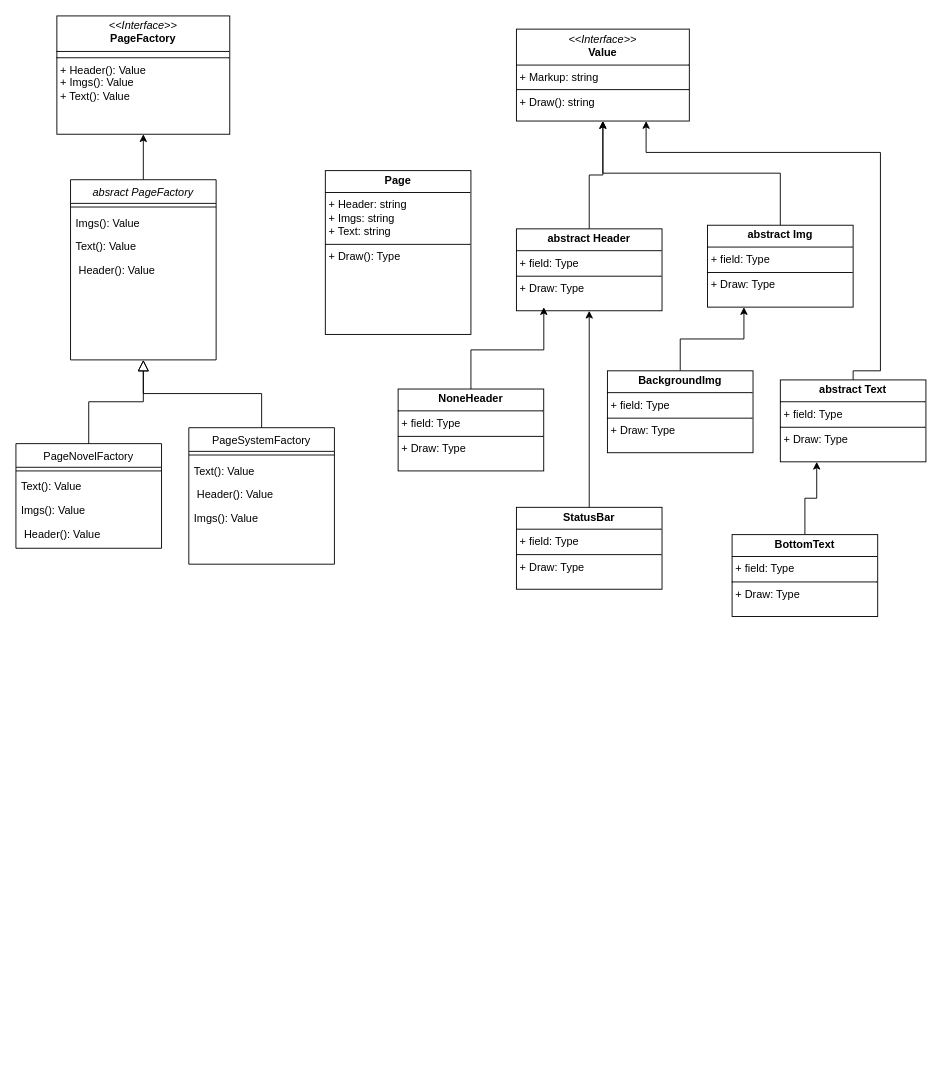
The draw.io diagram Диаграмма без названия.drawio in Poostoi/VNPattern, before the edit. Source tidied: cells renumbered, new cells numbered last; positions are measured from the earlier drawing's top-left corner, leaving out a move shared by most shapes. Both pictures are drawn from the tidied source at 91%, with x=0, y=0 at pixel (15, 15).
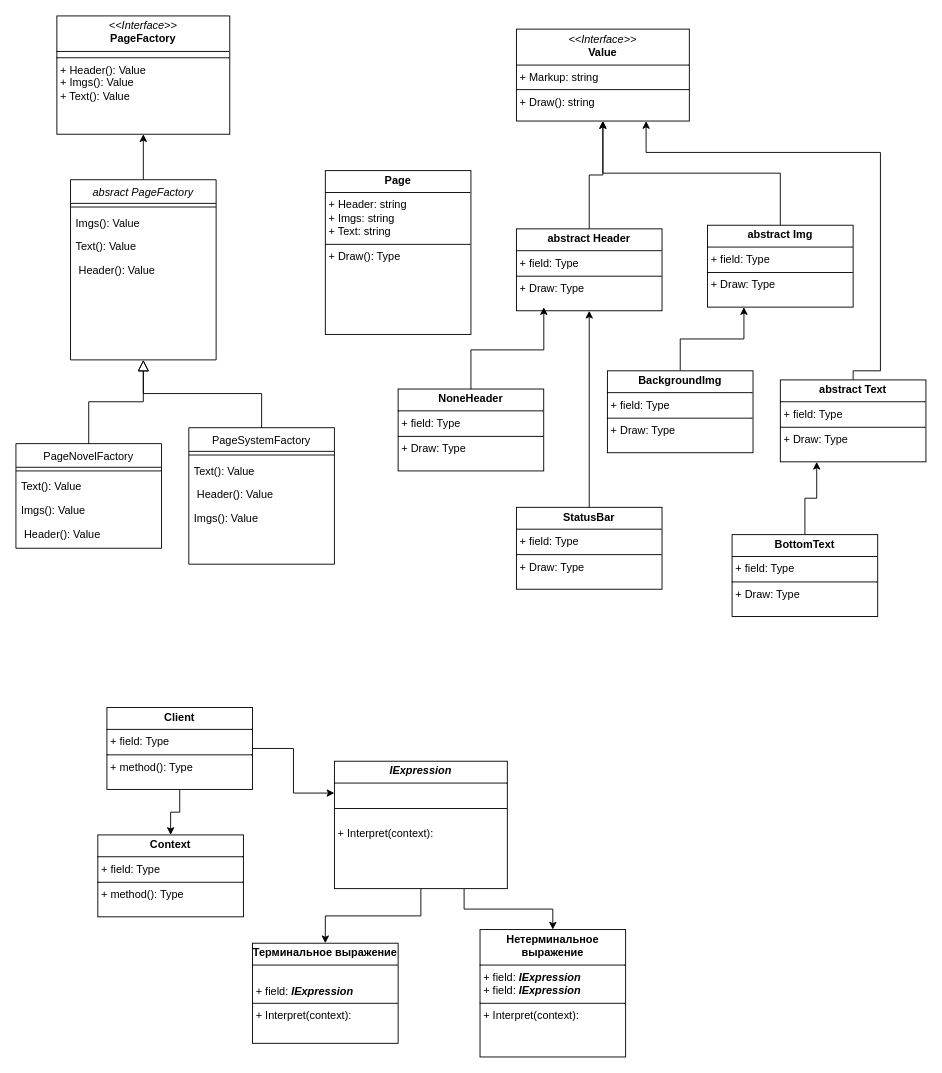
After the change.

The edit, as a diff of the source:
```diff
@@
+    <mxCell id="37" style="edgeStyle=orthogonalEdgeStyle;rounded=0;jettySize=auto;html=1;exitX=0.5;exitY=1;exitDx=0;exitDy=0;entryX=0.5;entryY=0;entryDx=0;entryDy=0;" parent="1" edge="1" source="39" target="40">
+      <mxGeometry relative="1" as="geometry" />
+    </mxCell>
+    <mxCell id="38" style="edgeStyle=orthogonalEdgeStyle;rounded=0;jettySize=auto;html=1;exitX=0.75;exitY=1;exitDx=0;exitDy=0;entryX=0.5;entryY=0;entryDx=0;entryDy=0;" parent="1" edge="1" source="39" target="41">
+      <mxGeometry relative="1" as="geometry" />
+    </mxCell>
+    <mxCell id="39" value="&lt;p style=&quot;margin:0px;margin-top:4px;text-align:center;&quot;&gt;&lt;b&gt;&lt;i&gt;IExpression&lt;/i&gt;&lt;/b&gt;&lt;br&gt;&lt;/p&gt;&lt;hr size=&quot;1&quot; style=&quot;border-style:solid;&quot;&gt;&lt;p style=&quot;margin:0px;margin-left:4px;&quot;&gt;&lt;br&gt;&lt;/p&gt;&lt;hr size=&quot;1&quot; style=&quot;border-style:solid;&quot;&gt;&lt;br&gt;&lt;p style=&quot;margin:0px;margin-left:4px;&quot;&gt;+ Interpret(context): &lt;br&gt;&lt;/p&gt;" style="verticalAlign=top;align=left;overflow=fill;html=1;whiteSpace=wrap;" parent="1" vertex="1">
+      <mxGeometry x="350" y="819" width="190" height="140" as="geometry" />
+    </mxCell>
+    <mxCell id="40" value="&lt;p style=&quot;margin:0px;margin-top:4px;text-align:center;&quot;&gt;&lt;b&gt;Терминальное выражение&lt;/b&gt;&lt;br&gt;&lt;/p&gt;&lt;hr size=&quot;1&quot; style=&quot;border-style:solid;&quot;&gt;&lt;p style=&quot;margin:0px;margin-left:4px;&quot;&gt;&lt;br&gt;+ field: &lt;b&gt;&lt;i&gt;IExpression&lt;/i&gt;&lt;/b&gt;&lt;/p&gt;&lt;hr size=&quot;1&quot; style=&quot;border-style:solid;&quot;&gt;&lt;p style=&quot;margin:0px;margin-left:4px;&quot;&gt;+ Interpret(context):&lt;/p&gt;" style="verticalAlign=top;align=left;overflow=fill;html=1;whiteSpace=wrap;" parent="1" vertex="1">
+      <mxGeometry x="260" y="1019" width="160" height="110" as="geometry" />
+    </mxCell>
+    <mxCell id="41" value="&lt;p style=&quot;margin:0px;margin-top:4px;text-align:center;&quot;&gt;&lt;b&gt;Нетерминальное выражение&lt;/b&gt;&lt;br&gt;&lt;/p&gt;&lt;hr size=&quot;1&quot; style=&quot;border-style:solid;&quot;&gt;&lt;p style=&quot;margin:0px;margin-left:4px;&quot;&gt;+ field: &lt;b&gt;&lt;i&gt;IExpression&lt;/i&gt;&lt;/b&gt;&lt;br&gt;+ field: &lt;b&gt;&lt;i&gt;IExpression&lt;/i&gt;&lt;/b&gt;&lt;/p&gt;&lt;hr size=&quot;1&quot; style=&quot;border-style:solid;&quot;&gt;&lt;p style=&quot;margin:0px;margin-left:4px;&quot;&gt;+ Interpret(context): &lt;/p&gt;" style="verticalAlign=top;align=left;overflow=fill;html=1;whiteSpace=wrap;" parent="1" vertex="1">
+      <mxGeometry x="510" y="1004" width="160" height="140" as="geometry" />
+    </mxCell>
+    <mxCell id="42" style="edgeStyle=orthogonalEdgeStyle;rounded=0;jettySize=auto;html=1;exitX=1;exitY=0.5;exitDx=0;exitDy=0;entryX=0;entryY=0.25;entryDx=0;entryDy=0;" parent="1" edge="1" source="44" target="39">
+      <mxGeometry relative="1" as="geometry" />
+    </mxCell>
+    <mxCell id="43" style="edgeStyle=orthogonalEdgeStyle;rounded=0;jettySize=auto;html=1;exitX=0.5;exitY=1;exitDx=0;exitDy=0;entryX=0.5;entryY=0;entryDx=0;entryDy=0;" parent="1" edge="1" source="44" target="45">
+      <mxGeometry relative="1" as="geometry" />
+    </mxCell>
+    <mxCell id="44" value="&lt;p style=&quot;margin:0px;margin-top:4px;text-align:center;&quot;&gt;&lt;b&gt;Client&lt;/b&gt;&lt;/p&gt;&lt;hr size=&quot;1&quot; style=&quot;border-style:solid;&quot;&gt;&lt;p style=&quot;margin:0px;margin-left:4px;&quot;&gt;+ field: Type&lt;/p&gt;&lt;hr size=&quot;1&quot; style=&quot;border-style:solid;&quot;&gt;&lt;p style=&quot;margin:0px;margin-left:4px;&quot;&gt;+ method(): Type&lt;/p&gt;" style="verticalAlign=top;align=left;overflow=fill;html=1;whiteSpace=wrap;" parent="1" vertex="1">
+      <mxGeometry x="100" y="760" width="160" height="90" as="geometry" />
+    </mxCell>
+    <mxCell id="45" value="&lt;p style=&quot;margin:0px;margin-top:4px;text-align:center;&quot;&gt;&lt;b&gt;Context&lt;/b&gt;&lt;br&gt;&lt;/p&gt;&lt;hr size=&quot;1&quot; style=&quot;border-style:solid;&quot;&gt;&lt;p style=&quot;margin:0px;margin-left:4px;&quot;&gt;+ field: Type&lt;/p&gt;&lt;hr size=&quot;1&quot; style=&quot;border-style:solid;&quot;&gt;&lt;p style=&quot;margin:0px;margin-left:4px;&quot;&gt;+ method(): Type&lt;/p&gt;" style="verticalAlign=top;align=left;overflow=fill;html=1;whiteSpace=wrap;" parent="1" vertex="1">
+      <mxGeometry x="90" y="900" width="160" height="90" as="geometry" />
+    </mxCell>
```
